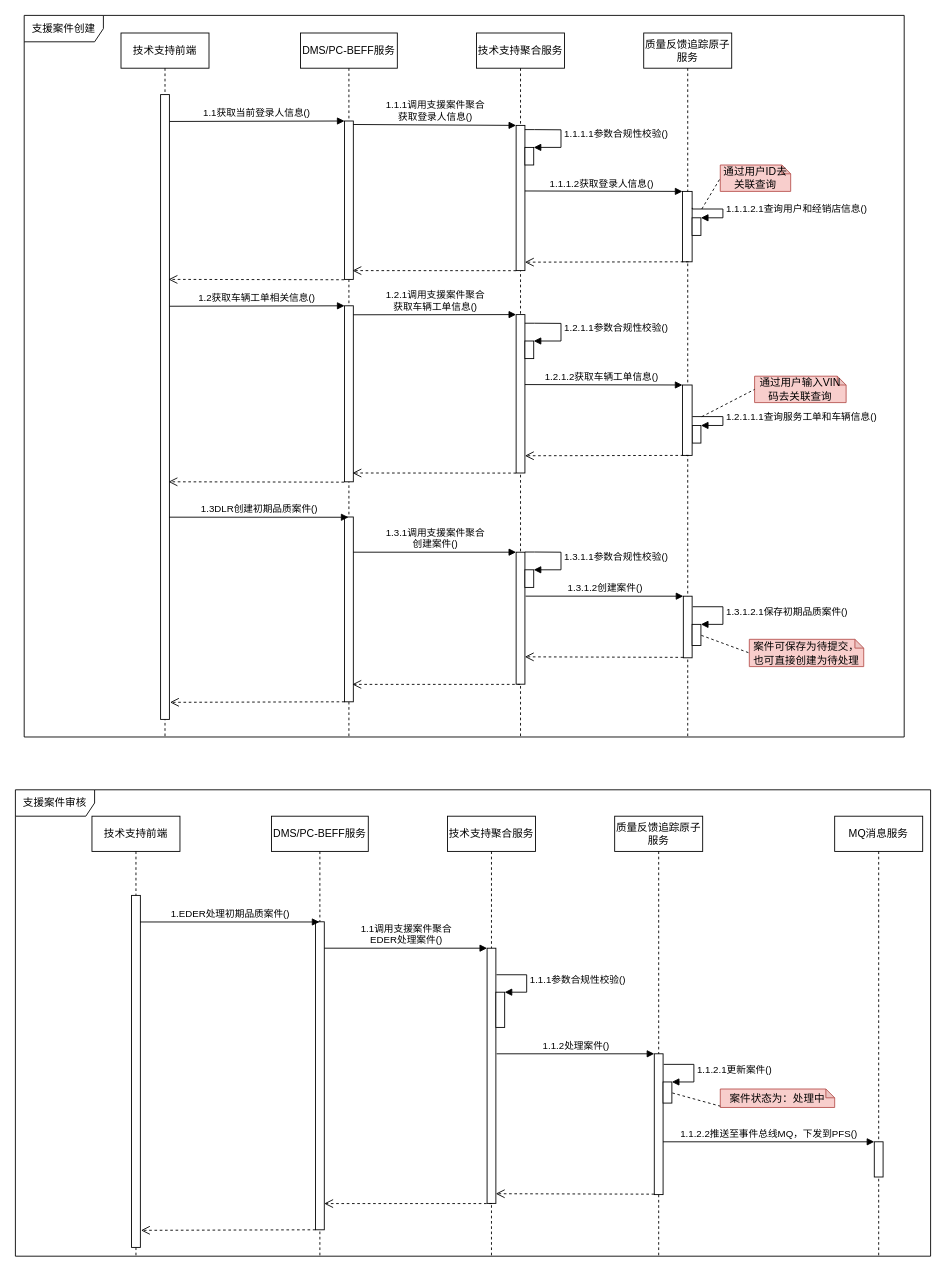
The draw.io diagram page "大小部屋行为设计" (10 of 10) of images/支援案件时序图.drawio in 1132489442/designer, before the edit. Source tidied: cells renumbered, new cells numbered last; positions are measured from the earlier drawing's top-left corner, leaving out a move shared by most shapes. Both pictures are drawn from the tidied source at 88%, with x=0, y=0 at pixel (15, 15).
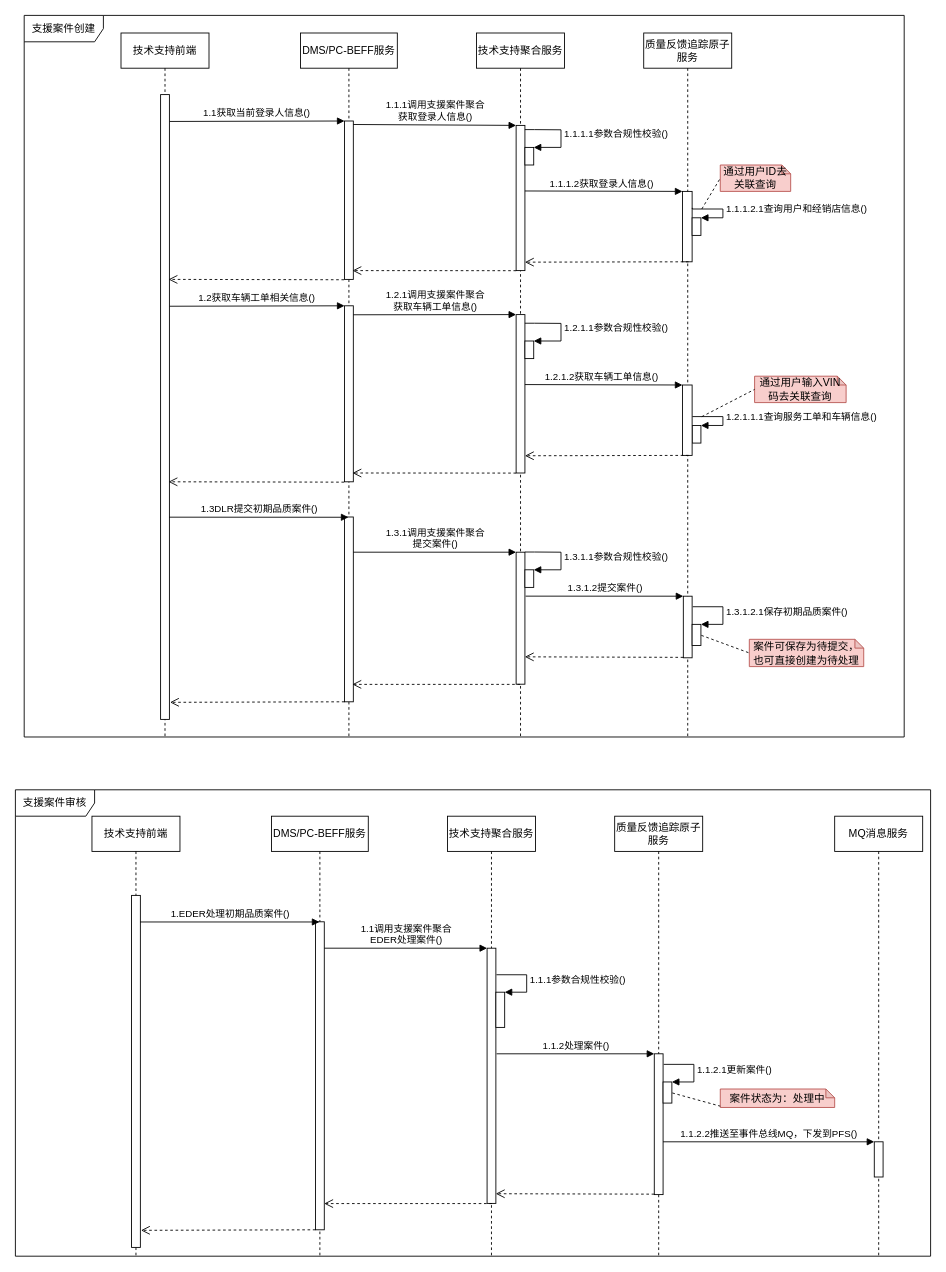
Above is the later version.

The change refers to these unchanged cells:
```xml
<mxCell id="3" style="html=1;points=[];perimeter=orthogonalPerimeter;" parent="2" vertex="1">
  <mxGeometry x="45" y="640" width="10" height="70" as="geometry" />
</mxCell>
<mxCell id="11" style="html=1;points=[];perimeter=orthogonalPerimeter;" parent="10" vertex="1">
  <mxGeometry x="45" y="590" width="10" height="150" as="geometry" />
</mxCell>
```

Change to the diagram source:
```diff
@@
-    <mxCell id="21" value="1.3DLR创建初期品质案件()" style="html=1;verticalAlign=bottom;endArrow=block;rounded=0;exitX=0.967;exitY=0.255;exitDx=0;exitDy=0;exitPerimeter=0;" parent="1" edge="1">
+    <mxCell id="21" value="1.3DLR提交初期品质案件()" style="html=1;verticalAlign=bottom;endArrow=block;rounded=0;exitX=0.967;exitY=0.255;exitDx=0;exitDy=0;exitPerimeter=0;" parent="1" edge="1">
       <mxGeometry relative="1" as="geometry">
         <mxPoint x="174.7" y="570.2" as="sourcePoint" />
         <mxPoint x="378.5" y="570.3" as="targetPoint" />
       </mxGeometry>
     </mxCell>
-    <mxCell id="22" value="1.3.1调用支援案件聚合&lt;br&gt;创建案件()" style="html=1;verticalAlign=bottom;endArrow=block;entryX=0;entryY=0;rounded=0;" parent="1" edge="1" target="11">
+    <mxCell id="22" value="1.3.1调用支援案件聚合&lt;br&gt;提交案件()" style="html=1;verticalAlign=bottom;endArrow=block;entryX=0;entryY=0;rounded=0;" parent="1" edge="1" target="11">
       <mxGeometry relative="1" as="geometry">
         <mxPoint x="384" y="610" as="sourcePoint" />
       </mxGeometry>
     </mxCell>
@@
-    <mxCell id="24" value="1.3.1.2创建案件()" style="html=1;verticalAlign=bottom;endArrow=block;entryX=0;entryY=0;rounded=0;exitX=1.078;exitY=0.333;exitDx=0;exitDy=0;exitPerimeter=0;" parent="1" edge="1" source="11" target="3">
+    <mxCell id="24" value="1.3.1.2提交案件()" style="html=1;verticalAlign=bottom;endArrow=block;entryX=0;entryY=0;rounded=0;exitX=1.078;exitY=0.333;exitDx=0;exitDy=0;exitPerimeter=0;" parent="1" edge="1" source="11" target="3">
       <mxGeometry relative="1" as="geometry" />
     </mxCell>
```
